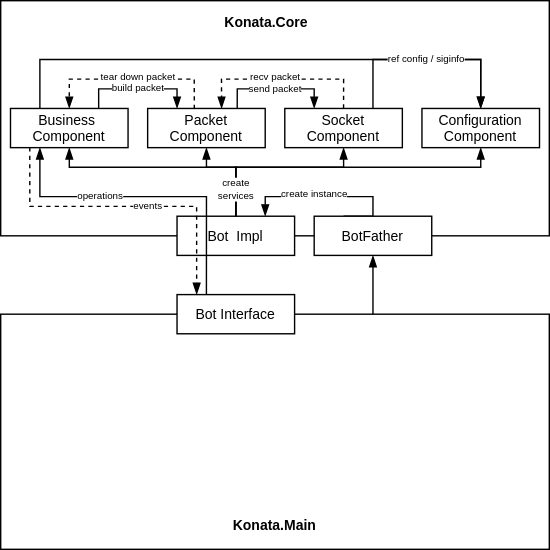
Earlier version of the draw.io export Blueprint/konata.framework.svg (KonataDev/Konata). Source tidied: cells renumbered, new cells last; positions are measured from the earlier drawing's top-left corner, leaving out a move shared by most shapes.
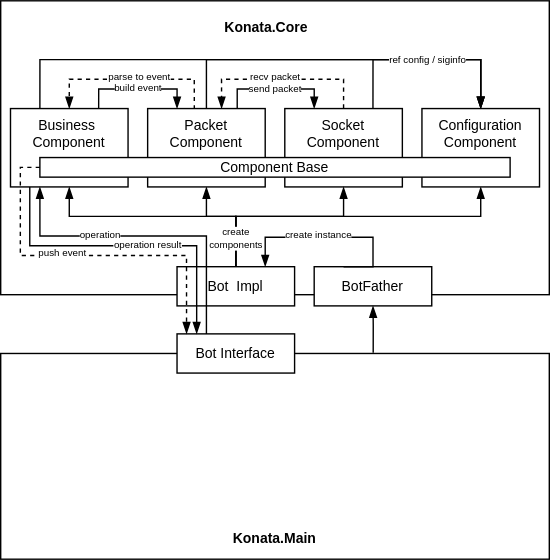
Later version of the same file.

What changed in the source:
```diff
@@ -3,33 +3,48 @@
     <mxCell id="0" />
     <mxCell id="1" parent="0" />
     <mxCell id="2" style="group;" parent="1" vertex="1">
-      <mxGeometry width="392" height="168" as="geometry" />
+      <mxGeometry width="392" height="210" as="geometry" />
     </mxCell>
     <mxCell id="3" style="rounded=0;whiteSpace=wrap;html=1;fontSize=10;" parent="2" vertex="1">
-      <mxGeometry width="392" height="168" as="geometry" />
+      <mxGeometry width="392" height="210" as="geometry" />
     </mxCell>
     <mxCell id="4" value="Konata.Core" style="text;html=1;strokeColor=none;fillColor=none;align=center;verticalAlign=middle;whiteSpace=wrap;rounded=0;fontSize=10;fontStyle=1;" parent="2" vertex="1">
-      <mxGeometry x="134.4" width="112" height="30.6" as="geometry" />
+      <mxGeometry x="134.4" width="112" height="38.2" as="geometry" />
     </mxCell>
-    <mxCell id="5" value="Bot&amp;nbsp; Impl" style="rounded=0;whiteSpace=wrap;html=1;fontSize=10;" parent="1" vertex="1">
-      <mxGeometry x="126" y="154" width="84" height="28" as="geometry" />
+    <mxCell id="5" value="Bot&amp;nbsp; Impl" style="rounded=0;whiteSpace=wrap;html=1;fontSize=10;" parent="2" vertex="1">
+      <mxGeometry x="126" y="190" width="84" height="28" as="geometry" />
     </mxCell>
+    <mxCell id="35" value="BotFather" style="rounded=0;whiteSpace=wrap;html=1;fontSize=10;" parent="2" vertex="1">
+      <mxGeometry x="224" y="190" width="84" height="28" as="geometry" />
+    </mxCell>
+    <mxCell id="33" style="edgeStyle=orthogonalEdgeStyle;rounded=0;jettySize=auto;html=1;exitX=0.25;exitY=0;exitDx=0;exitDy=0;entryX=0.75;entryY=0;entryDx=0;entryDy=0;startArrow=none;startFill=0;endArrow=blockThin;endFill=1;fontSize=6;" parent="2" edge="1" source="35" target="5">
+      <mxGeometry relative="1" as="geometry">
+        <Array as="points">
+          <mxPoint x="266" y="190" />
+          <mxPoint x="266" y="169" />
+          <mxPoint x="189" y="169" />
+        </Array>
+      </mxGeometry>
+    </mxCell>
+    <mxCell id="34" value="create instance" style="edgeLabel;html=1;align=center;verticalAlign=middle;fontSize=7;" parent="33" vertex="1">
+      <mxGeometry x="0.23" relative="1" as="geometry">
+        <mxPoint x="4.6" y="-1" as="offset" />
+      </mxGeometry>
+    </mxCell>
     <mxCell id="6" style="group;" parent="1" vertex="1">
-      <mxGeometry y="224" width="392" height="168" as="geometry" />
+      <mxGeometry y="252" width="392" height="147" as="geometry" />
     </mxCell>
     <mxCell id="7" style="rounded=0;whiteSpace=wrap;html=1;fontSize=10;" parent="6" vertex="1">
-      <mxGeometry width="392" height="168" as="geometry" />
+      <mxGeometry width="392" height="147" as="geometry" />
     </mxCell>
     <mxCell id="8" value="Konata.Main" style="text;html=1;strokeColor=none;fillColor=none;align=center;verticalAlign=middle;whiteSpace=wrap;rounded=0;fontSize=10;fontStyle=1;" parent="6" vertex="1">
-      <mxGeometry x="140" y="134.4" width="112" height="33.6" as="geometry" />
+      <mxGeometry x="140" y="117.6" width="112" height="29.4" as="geometry" />
     </mxCell>
-    <mxCell id="9" style="edgeStyle=orthogonalEdgeStyle;rounded=0;jettySize=auto;html=1;startArrow=none;startFill=0;endArrow=blockThin;endFill=1;fontSize=6;" parent="1" edge="1" target="35">
-      <mxGeometry relative="1" as="geometry">
-        <mxPoint x="266" y="224" as="sourcePoint" />
-      </mxGeometry>
+    <mxCell id="9" style="edgeStyle=orthogonalEdgeStyle;rounded=0;jettySize=auto;html=1;startArrow=none;startFill=0;endArrow=blockThin;endFill=1;fontSize=6;exitX=0.679;exitY=-0.003;exitDx=0;exitDy=0;exitPerimeter=0;" parent="1" edge="1" source="7" target="35">
+      <mxGeometry relative="1" as="geometry" />
     </mxCell>
     <mxCell id="10" value="Bot Interface" style="rounded=0;whiteSpace=wrap;html=1;fontSize=10;" parent="1" vertex="1">
-      <mxGeometry x="126" y="210" width="84" height="28" as="geometry" />
+      <mxGeometry x="126" y="238" width="84" height="28" as="geometry" />
     </mxCell>
     <mxCell id="11" style="edgeStyle=orthogonalEdgeStyle;rounded=0;jettySize=auto;html=1;exitX=0.5;exitY=0;exitDx=0;exitDy=0;entryX=0.629;entryY=0.001;entryDx=0;entryDy=0;startArrow=none;startFill=0;endArrow=blockThin;endFill=1;fontSize=6;entryPerimeter=0;dashed=1;" parent="1" edge="1" source="14" target="32">
       <mxGeometry relative="1" as="geometry">
@@ -53,8 +68,8 @@
         </Array>
       </mxGeometry>
     </mxCell>
-    <mxCell id="14" value="Socket &lt;br style=&quot;font-size: 10px&quot;&gt;Component" style="rounded=0;whiteSpace=wrap;html=1;fontSize=10;" parent="1" vertex="1">
-      <mxGeometry x="203" y="77" width="84" height="28" as="geometry" />
+    <mxCell id="14" value="Socket &lt;br style=&quot;font-size: 10px&quot;&gt;Component" style="rounded=0;whiteSpace=wrap;html=1;fontSize=10;verticalAlign=top;" parent="1" vertex="1">
+      <mxGeometry x="203" y="77" width="84" height="56" as="geometry" />
     </mxCell>
     <mxCell id="15" style="edgeStyle=orthogonalEdgeStyle;rounded=0;jettySize=auto;html=1;entryX=0.25;entryY=0;entryDx=0;entryDy=0;startArrow=none;startFill=0;fontSize=10;exitX=0.75;exitY=0;exitDx=0;exitDy=0;endArrow=blockThin;endFill=1;" parent="1" edge="1" source="23" target="32">
       <mxGeometry relative="1" as="geometry">
@@ -64,7 +79,7 @@
         </Array>
       </mxGeometry>
     </mxCell>
-    <mxCell id="16" value="build packet" style="edgeLabel;html=1;align=center;verticalAlign=middle;fontSize=7;" parent="15" vertex="1">
+    <mxCell id="16" value="build event" style="edgeLabel;html=1;align=center;verticalAlign=middle;fontSize=7;" parent="15" vertex="1">
       <mxGeometry x="-0.28" relative="1" as="geometry">
         <mxPoint x="11.7" as="offset" />
       </mxGeometry>
@@ -77,11 +92,6 @@
         </Array>
       </mxGeometry>
     </mxCell>
-    <mxCell id="18" value="ref config / siginfo" style="edgeLabel;html=1;align=center;verticalAlign=middle;fontSize=7;" parent="17" vertex="1">
-      <mxGeometry x="-0.04" y="-1" relative="1" as="geometry">
-        <mxPoint x="126.4" y="-1" as="offset" />
-      </mxGeometry>
-    </mxCell>
     <mxCell id="19" style="edgeStyle=orthogonalEdgeStyle;rounded=0;jettySize=auto;html=1;exitX=0.397;exitY=0.012;exitDx=0;exitDy=0;entryX=0.5;entryY=0;entryDx=0;entryDy=0;startArrow=none;startFill=0;endArrow=blockThin;endFill=1;fontSize=6;exitPerimeter=0;dashed=1;" parent="1" edge="1" source="32" target="23">
       <mxGeometry relative="1" as="geometry">
         <Array as="points">
@@ -90,66 +100,66 @@
         </Array>
       </mxGeometry>
     </mxCell>
-    <mxCell id="20" value="tear down packet" style="edgeLabel;html=1;align=center;verticalAlign=middle;fontSize=7;" parent="19" vertex="1">
+    <mxCell id="20" value="parse to event" style="edgeLabel;html=1;align=center;verticalAlign=middle;fontSize=7;" parent="19" vertex="1">
       <mxGeometry x="-0.16" y="-1" relative="1" as="geometry">
         <mxPoint x="-6.3" as="offset" />
       </mxGeometry>
     </mxCell>
-    <mxCell id="21" style="edgeStyle=orthogonalEdgeStyle;rounded=0;jettySize=auto;html=1;exitX=0.164;exitY=0.993;exitDx=0;exitDy=0;entryX=0.167;entryY=0;entryDx=0;entryDy=0;entryPerimeter=0;dashed=1;exitPerimeter=0;endArrow=blockThin;endFill=1;" parent="1" edge="1" source="23" target="10">
+    <mxCell id="21" style="edgeStyle=orthogonalEdgeStyle;rounded=0;jettySize=auto;html=1;exitX=0.164;exitY=0.993;exitDx=0;exitDy=0;entryX=0.167;entryY=0;entryDx=0;entryDy=0;entryPerimeter=0;exitPerimeter=0;endArrow=blockThin;endFill=1;" parent="1" edge="1" source="23" target="10">
       <mxGeometry relative="1" as="geometry">
         <Array as="points">
-          <mxPoint x="21" y="147" />
-          <mxPoint x="140" y="147" />
+          <mxPoint x="21" y="175" />
+          <mxPoint x="140" y="175" />
         </Array>
       </mxGeometry>
     </mxCell>
-    <mxCell id="22" value="&lt;font style=&quot;font-size: 7px&quot;&gt;events&lt;/font&gt;" style="edgeLabel;html=1;align=center;verticalAlign=middle;spacing=0;" parent="21" vertex="1">
+    <mxCell id="22" value="&lt;font style=&quot;font-size: 7px&quot;&gt;operation result&lt;/font&gt;" style="edgeLabel;html=1;align=center;verticalAlign=middle;spacing=0;" parent="21" vertex="1">
       <mxGeometry x="-0.06" y="-1" relative="1" as="geometry">
-        <mxPoint x="21.3" y="-3" as="offset" />
+        <mxPoint x="21.4" y="-3" as="offset" />
       </mxGeometry>
     </mxCell>
-    <mxCell id="23" value="Business&amp;nbsp;&lt;br style=&quot;font-size: 10px&quot;&gt;Component" style="rounded=0;whiteSpace=wrap;html=1;fontSize=10;" parent="1" vertex="1">
-      <mxGeometry x="7" y="77" width="84" height="28" as="geometry" />
+    <mxCell id="23" value="Business&amp;nbsp;&lt;br style=&quot;font-size: 10px&quot;&gt;Component" style="rounded=0;whiteSpace=wrap;html=1;fontSize=10;verticalAlign=top;" parent="1" vertex="1">
+      <mxGeometry x="7" y="77" width="84" height="56" as="geometry" />
     </mxCell>
     <mxCell id="24" style="edgeStyle=orthogonalEdgeStyle;rounded=0;jettySize=auto;html=1;exitX=0.5;exitY=0;exitDx=0;exitDy=0;entryX=0.5;entryY=1;entryDx=0;entryDy=0;startArrow=none;startFill=0;fontSize=10;endArrow=blockThin;endFill=1;" parent="1" edge="1" source="5" target="29">
       <mxGeometry relative="1" as="geometry">
         <Array as="points">
-          <mxPoint x="168" y="119" />
-          <mxPoint x="343" y="119" />
+          <mxPoint x="168" y="154" />
+          <mxPoint x="343" y="154" />
         </Array>
       </mxGeometry>
     </mxCell>
     <mxCell id="25" style="edgeStyle=orthogonalEdgeStyle;rounded=0;jettySize=auto;html=1;exitX=0.5;exitY=0;exitDx=0;exitDy=0;entryX=0.5;entryY=1;entryDx=0;entryDy=0;startArrow=none;startFill=0;fontSize=10;endArrow=blockThin;endFill=1;" parent="1" edge="1" source="5" target="14">
       <mxGeometry relative="1" as="geometry">
         <Array as="points">
-          <mxPoint x="168" y="119" />
-          <mxPoint x="245" y="119" />
+          <mxPoint x="168" y="154" />
+          <mxPoint x="245" y="154" />
         </Array>
       </mxGeometry>
     </mxCell>
     <mxCell id="26" style="edgeStyle=orthogonalEdgeStyle;rounded=0;jettySize=auto;html=1;exitX=0.5;exitY=0;exitDx=0;exitDy=0;entryX=0.5;entryY=1;entryDx=0;entryDy=0;startArrow=none;startFill=0;fontSize=10;endArrow=blockThin;endFill=1;" parent="1" edge="1" source="5" target="23">
       <mxGeometry relative="1" as="geometry">
         <Array as="points">
-          <mxPoint x="168" y="119" />
-          <mxPoint x="49" y="119" />
+          <mxPoint x="168" y="154" />
+          <mxPoint x="49" y="154" />
         </Array>
       </mxGeometry>
     </mxCell>
     <mxCell id="27" style="edgeStyle=orthogonalEdgeStyle;rounded=0;jettySize=auto;html=1;exitX=0.5;exitY=0;exitDx=0;exitDy=0;entryX=0.5;entryY=1;entryDx=0;entryDy=0;startArrow=none;startFill=0;fontSize=10;endArrow=blockThin;endFill=1;" parent="1" edge="1" source="5" target="32">
       <mxGeometry relative="1" as="geometry">
         <Array as="points">
-          <mxPoint x="168" y="119" />
-          <mxPoint x="147" y="119" />
+          <mxPoint x="168" y="154" />
+          <mxPoint x="147" y="154" />
         </Array>
       </mxGeometry>
     </mxCell>
-    <mxCell id="28" value="create&lt;br style=&quot;font-size: 7px;&quot;&gt;services" style="edgeLabel;html=1;align=center;verticalAlign=middle;fontSize=7;" parent="27" vertex="1">
+    <mxCell id="28" value="create&lt;br style=&quot;font-size: 7px&quot;&gt;components" style="edgeLabel;html=1;align=center;verticalAlign=middle;fontSize=7;" parent="27" vertex="1">
       <mxGeometry x="-0.54" relative="1" as="geometry">
         <mxPoint y="-2.9" as="offset" />
       </mxGeometry>
     </mxCell>
-    <mxCell id="29" value="Configuration&lt;br&gt;Component" style="rounded=0;whiteSpace=wrap;html=1;fontSize=10;" parent="1" vertex="1">
-      <mxGeometry x="301" y="77" width="84" height="28" as="geometry" />
+    <mxCell id="29" value="Configuration&lt;br&gt;Component" style="rounded=0;whiteSpace=wrap;html=1;fontSize=10;verticalAlign=top;" parent="1" vertex="1">
+      <mxGeometry x="301" y="77" width="84" height="56" as="geometry" />
     </mxCell>
     <mxCell id="30" style="edgeStyle=orthogonalEdgeStyle;rounded=0;jettySize=auto;html=1;exitX=0.75;exitY=0;exitDx=0;exitDy=0;entryX=0.25;entryY=0;entryDx=0;entryDy=0;startArrow=none;startFill=0;endArrow=blockThin;endFill=1;fontSize=6;" parent="1" edge="1" target="14">
       <mxGeometry relative="1" as="geometry">
@@ -165,37 +175,51 @@
         <mxPoint x="-8.1" as="offset" />
       </mxGeometry>
     </mxCell>
+    <mxCell id="38" style="edgeStyle=orthogonalEdgeStyle;rounded=0;jettySize=auto;html=1;exitX=0.5;exitY=0;exitDx=0;exitDy=0;entryX=0.5;entryY=0;entryDx=0;entryDy=0;endArrow=blockThin;endFill=1;fontSize=8;" parent="1" edge="1" source="32" target="29">
+      <mxGeometry relative="1" as="geometry">
+        <Array as="points">
+          <mxPoint x="147" y="42" />
+          <mxPoint x="343" y="42" />
+        </Array>
+      </mxGeometry>
+    </mxCell>
+    <mxCell id="18" value="&lt;span style=&quot;font-size: 7px&quot;&gt;ref config / siginfo&lt;/span&gt;" style="edgeLabel;html=1;align=center;verticalAlign=middle;fontSize=8;" parent="38" vertex="1">
+      <mxGeometry x="0.31" relative="1" as="geometry">
+        <mxPoint x="19.2" as="offset" />
+      </mxGeometry>
+    </mxCell>
-    <mxCell id="32" value="Packet&lt;br&gt;Component" style="rounded=0;whiteSpace=wrap;html=1;fontSize=10;" parent="1" vertex="1">
-      <mxGeometry x="105" y="77" width="84" height="28" as="geometry" />
+    <mxCell id="32" value="Packet&lt;br&gt;Component" style="rounded=0;whiteSpace=wrap;html=1;fontSize=10;verticalAlign=top;" parent="1" vertex="1">
+      <mxGeometry x="105" y="77" width="84" height="56" as="geometry" />
     </mxCell>
-    <mxCell id="33" style="edgeStyle=orthogonalEdgeStyle;rounded=0;jettySize=auto;html=1;exitX=0.25;exitY=0;exitDx=0;exitDy=0;entryX=0.75;entryY=0;entryDx=0;entryDy=0;startArrow=none;startFill=0;endArrow=blockThin;endFill=1;fontSize=6;" parent="1" edge="1" source="35" target="5">
-      <mxGeometry relative="1" as="geometry">
-        <Array as="points">
-          <mxPoint x="266" y="140" />
-          <mxPoint x="189" y="140" />
-        </Array>
-      </mxGeometry>
-    </mxCell>
-    <mxCell id="34" value="create instance" style="edgeLabel;html=1;align=center;verticalAlign=middle;fontSize=7;" parent="33" vertex="1">
-      <mxGeometry x="0.23" relative="1" as="geometry">
-        <mxPoint x="0.6" y="-1" as="offset" />
-      </mxGeometry>
-    </mxCell>
-    <mxCell id="35" value="BotFather" style="rounded=0;whiteSpace=wrap;html=1;fontSize=10;" parent="1" vertex="1">
-      <mxGeometry x="224" y="154" width="84" height="28" as="geometry" />
-    </mxCell>
     <mxCell id="36" style="edgeStyle=orthogonalEdgeStyle;rounded=0;jettySize=auto;html=1;exitX=0.25;exitY=0;exitDx=0;exitDy=0;endArrow=blockThin;endFill=1;entryX=0.25;entryY=1;entryDx=0;entryDy=0;" parent="1" edge="1" source="10" target="23">
       <mxGeometry relative="1" as="geometry">
         <Array as="points">
-          <mxPoint x="147" y="140" />
-          <mxPoint x="28" y="140" />
+          <mxPoint x="147" y="168" />
+          <mxPoint x="28" y="168" />
         </Array>
       </mxGeometry>
     </mxCell>
-    <mxCell id="37" value="&lt;font style=&quot;font-size: 7px&quot;&gt;operations&lt;/font&gt;" style="edgeLabel;html=1;align=center;verticalAlign=middle;" parent="36" vertex="1">
+    <mxCell id="37" value="&lt;font style=&quot;font-size: 7px&quot;&gt;operation&lt;/font&gt;" style="edgeLabel;html=1;align=center;verticalAlign=middle;" parent="36" vertex="1">
       <mxGeometry x="0.03" relative="1" as="geometry">
-        <mxPoint x="-31.9" y="-2" as="offset" />
+        <mxPoint x="-31.8" y="-2" as="offset" />
       </mxGeometry>
     </mxCell>
+    <mxCell id="39" style="edgeStyle=orthogonalEdgeStyle;rounded=0;jettySize=auto;html=1;exitX=0;exitY=0.5;exitDx=0;exitDy=0;entryX=0.081;entryY=-0.001;entryDx=0;entryDy=0;entryPerimeter=0;endArrow=blockThin;endFill=1;dashed=1;" parent="1" edge="1" source="41" target="10">
+      <mxGeometry relative="1" as="geometry">
+        <Array as="points">
+          <mxPoint x="14" y="119" />
+          <mxPoint x="14" y="182" />
+          <mxPoint x="133" y="182" />
+        </Array>
+      </mxGeometry>
+    </mxCell>
+    <mxCell id="40" value="push event" style="edgeLabel;html=1;align=center;verticalAlign=middle;fontSize=7;" parent="39" vertex="1">
+      <mxGeometry x="-0.15" y="-1" relative="1" as="geometry">
+        <mxPoint y="-2" as="offset" />
+      </mxGeometry>
+    </mxCell>
+    <mxCell id="41" value="Component Base" style="rounded=0;whiteSpace=wrap;html=1;fontSize=10;" parent="1" vertex="1">
+      <mxGeometry x="28" y="112" width="336" height="14" as="geometry" />
+    </mxCell>
   </root>
 </mxGraphModel>
```
